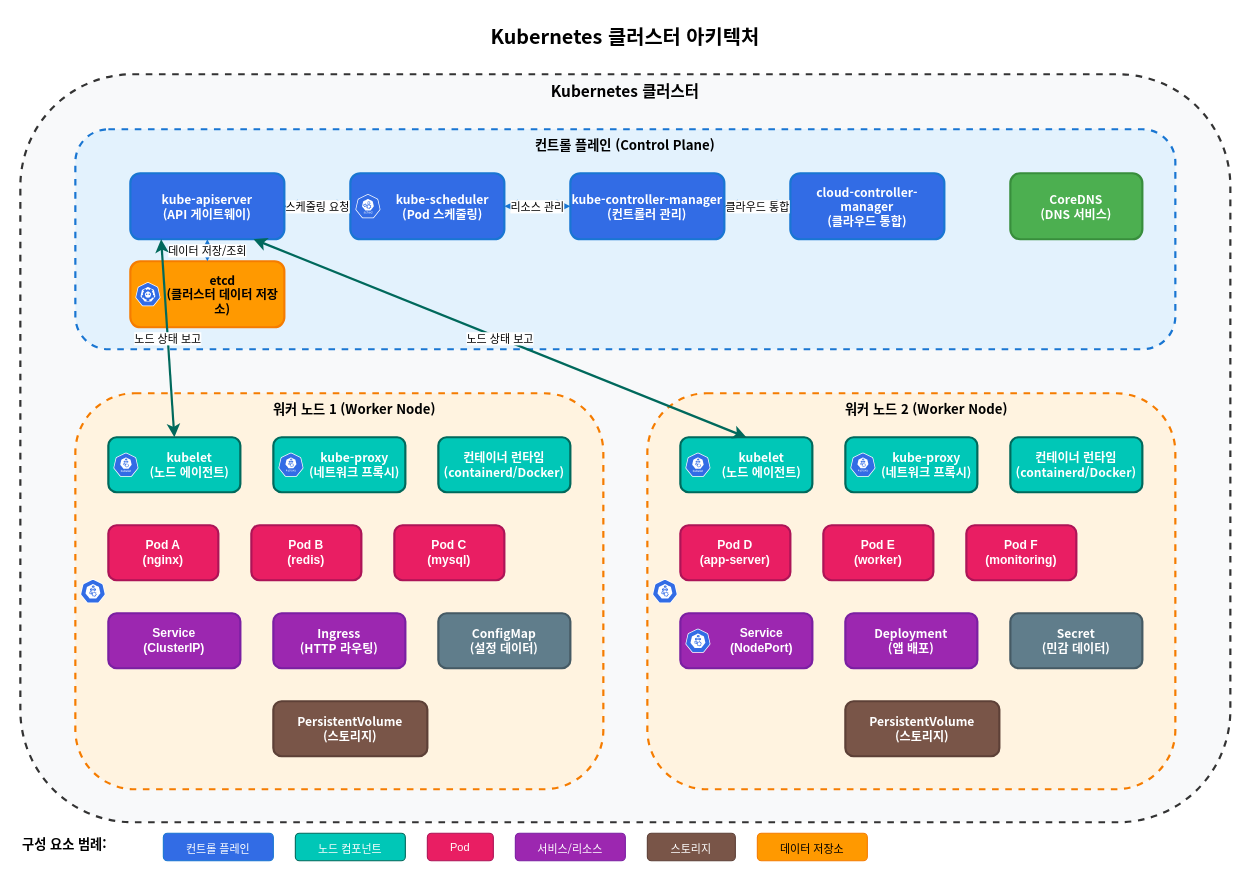
Above: assets/generated-diagrams/cluster_architecture_diagram.drawio in Atom-oh/kubernetes-docs (draw.io), before the change. Source tidied: cells renumbered, new cells numbered last; positions are measured from the earlier drawing's top-left corner, leaving out a move shared by most shapes. Both pictures are drawn from the tidied source at 110%, with x=0, y=0 at pixel (20, 19).
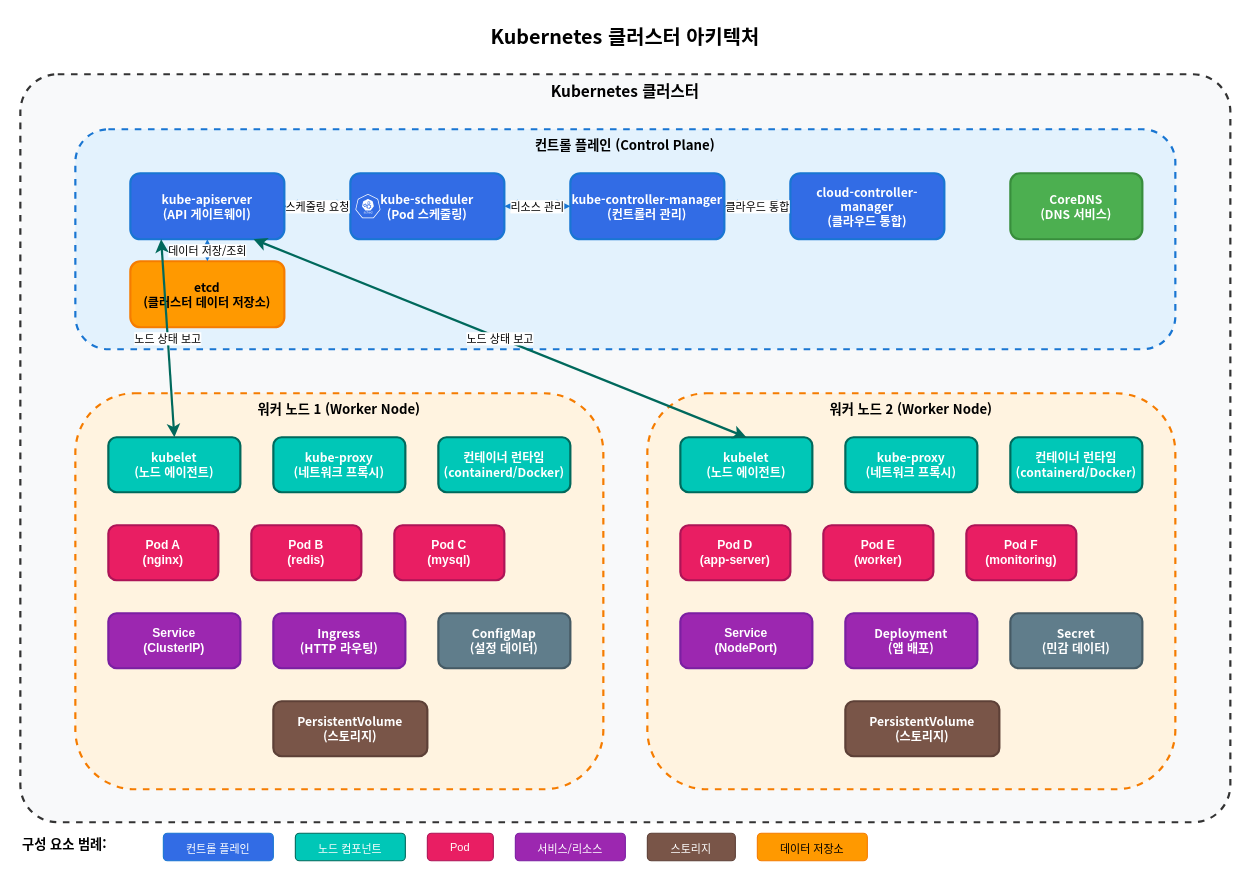
The same diagram, later.

The edit, as a diff of the source:
```diff
@@
-    <mxCell id="3" value="Kubernetes 클러스터" style="rounded=1;whiteSpace=wrap;html=1;fillColor=#f8f9fa;strokeColor=#333333;verticalAlign=top;dashed=1;strokeWidth=2;fontStyle=1;fontSize=14;fontFamily=Noto Sans CJK KR;" parent="1" vertex="1">
+    <mxCell id="3" value="Kubernetes 클러스터" style="rounded=1;whiteSpace=wrap;html=1;fillColor=#f8f9fa;strokeColor=#333333;verticalAlign=top;dashed=1;strokeWidth=2;fontStyle=1;fontSize=14;fontFamily=Noto Sans CJK KR;arcSize=5;" parent="1" vertex="1">
       <mxGeometry y="50" width="1100" height="680" as="geometry" />
     </mxCell>
@@
-    <mxCell id="6" value="etcd&#10;(클러스터 데이터 저장소)" style="rounded=1;whiteSpace=wrap;html=1;fillColor=#FF9900;strokeColor=#f57c00;strokeWidth=2;fontColor=black;fontSize=11;fontStyle=1;fontFamily=Noto Sans CJK KR;spacingLeft=28;" parent="1" vertex="1">
+    <mxCell id="6" value="etcd&#10;(클러스터 데이터 저장소)" style="rounded=1;whiteSpace=wrap;html=1;fillColor=#FF9900;strokeColor=#f57c00;strokeWidth=2;fontColor=black;fontSize=11;fontStyle=1;fontFamily=Noto Sans CJK KR;" parent="1" vertex="1">
       <mxGeometry x="100" y="220" width="140" height="60" as="geometry" />
     </mxCell>
-    <mxCell id="7" value="kube-scheduler&#10;(Pod 스케줄링)" style="rounded=1;whiteSpace=wrap;html=1;fillColor=#326CE5;strokeColor=#1976d2;strokeWidth=2;fontColor=white;fontSize=11;fontStyle=1;fontFamily=Noto Sans CJK KR;spacingLeft=28;" parent="1" vertex="1">
+    <mxCell id="7" value="kube-scheduler&#10;(Pod 스케줄링)" style="rounded=1;whiteSpace=wrap;html=1;fillColor=#326CE5;strokeColor=#1976d2;strokeWidth=2;fontColor=white;fontSize=11;fontStyle=1;fontFamily=Noto Sans CJK KR;" parent="1" vertex="1">
       <mxGeometry x="300" y="140" width="140" height="60" as="geometry" />
     </mxCell>
@@
-    <mxCell id="11" value="워커 노드 1 (Worker Node)" style="rounded=1;whiteSpace=wrap;html=1;fillColor=#fff3e0;strokeColor=#f57c00;verticalAlign=top;dashed=1;strokeWidth=2;fontStyle=1;fontSize=12;fontFamily=Noto Sans CJK KR;spacingLeft=28;" parent="1" vertex="1">
+    <mxCell id="11" value="워커 노드 1 (Worker Node)" style="rounded=1;whiteSpace=wrap;html=1;fillColor=#fff3e0;strokeColor=#f57c00;verticalAlign=top;dashed=1;strokeWidth=2;fontStyle=1;fontSize=12;fontFamily=Noto Sans CJK KR;" parent="1" vertex="1">
       <mxGeometry x="50" y="340" width="480" height="360" as="geometry" />
     </mxCell>
-    <mxCell id="12" value="kubelet&#10;(노드 에이전트)" style="rounded=1;whiteSpace=wrap;html=1;fillColor=#00C7B7;strokeColor=#00695c;strokeWidth=2;fontColor=white;fontSize=11;fontStyle=1;fontFamily=Noto Sans CJK KR;spacingLeft=28;" parent="1" vertex="1">
+    <mxCell id="12" value="kubelet&#10;(노드 에이전트)" style="rounded=1;whiteSpace=wrap;html=1;fillColor=#00C7B7;strokeColor=#00695c;strokeWidth=2;fontColor=white;fontSize=11;fontStyle=1;fontFamily=Noto Sans CJK KR;" parent="1" vertex="1">
       <mxGeometry x="80" y="380" width="120" height="50" as="geometry" />
     </mxCell>
-    <mxCell id="13" value="kube-proxy&#10;(네트워크 프록시)" style="rounded=1;whiteSpace=wrap;html=1;fillColor=#00C7B7;strokeColor=#00695c;strokeWidth=2;fontColor=white;fontSize=11;fontStyle=1;fontFamily=Noto Sans CJK KR;spacingLeft=28;" parent="1" vertex="1">
+    <mxCell id="13" value="kube-proxy&#10;(네트워크 프록시)" style="rounded=1;whiteSpace=wrap;html=1;fillColor=#00C7B7;strokeColor=#00695c;strokeWidth=2;fontColor=white;fontSize=11;fontStyle=1;fontFamily=Noto Sans CJK KR;" parent="1" vertex="1">
       <mxGeometry x="230" y="380" width="120" height="50" as="geometry" />
     </mxCell>
@@
-    <mxCell id="22" value="워커 노드 2 (Worker Node)" style="rounded=1;whiteSpace=wrap;html=1;fillColor=#fff3e0;strokeColor=#f57c00;verticalAlign=top;dashed=1;strokeWidth=2;fontStyle=1;fontSize=12;fontFamily=Noto Sans CJK KR;spacingLeft=28;" parent="1" vertex="1">
+    <mxCell id="22" value="워커 노드 2 (Worker Node)" style="rounded=1;whiteSpace=wrap;html=1;fillColor=#fff3e0;strokeColor=#f57c00;verticalAlign=top;dashed=1;strokeWidth=2;fontStyle=1;fontSize=12;fontFamily=Noto Sans CJK KR;" parent="1" vertex="1">
       <mxGeometry x="570" y="340" width="480" height="360" as="geometry" />
     </mxCell>
-    <mxCell id="23" value="kubelet&#10;(노드 에이전트)" style="rounded=1;whiteSpace=wrap;html=1;fillColor=#00C7B7;strokeColor=#00695c;strokeWidth=2;fontColor=white;fontSize=11;fontStyle=1;fontFamily=Noto Sans CJK KR;spacingLeft=28;" parent="1" vertex="1">
+    <mxCell id="23" value="kubelet&#10;(노드 에이전트)" style="rounded=1;whiteSpace=wrap;html=1;fillColor=#00C7B7;strokeColor=#00695c;strokeWidth=2;fontColor=white;fontSize=11;fontStyle=1;fontFamily=Noto Sans CJK KR;" parent="1" vertex="1">
       <mxGeometry x="600" y="380" width="120" height="50" as="geometry" />
     </mxCell>
-    <mxCell id="24" value="kube-proxy&#10;(네트워크 프록시)" style="rounded=1;whiteSpace=wrap;html=1;fillColor=#00C7B7;strokeColor=#00695c;strokeWidth=2;fontColor=white;fontSize=11;fontStyle=1;fontFamily=Noto Sans CJK KR;spacingLeft=28;" parent="1" vertex="1">
+    <mxCell id="24" value="kube-proxy&#10;(네트워크 프록시)" style="rounded=1;whiteSpace=wrap;html=1;fillColor=#00C7B7;strokeColor=#00695c;strokeWidth=2;fontColor=white;fontSize=11;fontStyle=1;fontFamily=Noto Sans CJK KR;" parent="1" vertex="1">
       <mxGeometry x="750" y="380" width="120" height="50" as="geometry" />
     </mxCell>
@@
-    <mxCell id="29" value="Service&#10;(NodePort)" style="rounded=1;whiteSpace=wrap;html=1;fillColor=#9C27B0;strokeColor=#7b1fa2;strokeWidth=2;fontColor=white;fontSize=11;fontStyle=1;spacingLeft=28;" parent="1" vertex="1">
+    <mxCell id="29" value="Service&#10;(NodePort)" style="rounded=1;whiteSpace=wrap;html=1;fillColor=#9C27B0;strokeColor=#7b1fa2;strokeWidth=2;fontColor=white;fontSize=11;fontStyle=1;" parent="1" vertex="1">
       <mxGeometry x="600" y="540" width="120" height="50" as="geometry" />
     </mxCell>
@@
-    <mxCell id="46" style="sketch=0;fontColor=#232F3E;gradientColor=none;fillColor=#326CE5;strokeColor=none;dashed=0;verticalLabelPosition=middle;verticalAlign=middle;align=left;html=1;fontSize=0;fontStyle=0;shape=mxgraph.kubernetes.icon;prIcon=etcd;" parent="1" vertex="1">
-      <mxGeometry x="104" y="239" width="24" height="22" as="geometry" />
-    </mxCell>
@@
-    <mxCell id="48" style="sketch=0;fontColor=#232F3E;gradientColor=none;fillColor=#326CE5;strokeColor=none;dashed=0;verticalLabelPosition=middle;verticalAlign=middle;align=left;html=1;fontSize=0;fontStyle=0;shape=mxgraph.kubernetes.icon;prIcon=node;" parent="1" vertex="1">
-      <mxGeometry x="54" y="509" width="24" height="22" as="geometry" />
-    </mxCell>
-    <mxCell id="49" style="sketch=0;fontColor=#232F3E;gradientColor=none;fillColor=#326CE5;strokeColor=none;dashed=0;verticalLabelPosition=middle;verticalAlign=middle;align=left;html=1;fontSize=0;fontStyle=0;shape=mxgraph.kubernetes.icon;prIcon=kubelet;" parent="1" vertex="1">
-      <mxGeometry x="84" y="394" width="24" height="22" as="geometry" />
-    </mxCell>
-    <mxCell id="50" style="sketch=0;fontColor=#232F3E;gradientColor=none;fillColor=#326CE5;strokeColor=none;dashed=0;verticalLabelPosition=middle;verticalAlign=middle;align=left;html=1;fontSize=0;fontStyle=0;shape=mxgraph.kubernetes.icon;prIcon=k_proxy;" parent="1" vertex="1">
-      <mxGeometry x="234" y="394" width="24" height="22" as="geometry" />
-    </mxCell>
-    <mxCell id="51" style="sketch=0;fontColor=#232F3E;gradientColor=none;fillColor=#326CE5;strokeColor=none;dashed=0;verticalLabelPosition=middle;verticalAlign=middle;align=left;html=1;fontSize=0;fontStyle=0;shape=mxgraph.kubernetes.icon;prIcon=node;" parent="1" vertex="1">
-      <mxGeometry x="574" y="509" width="24" height="22" as="geometry" />
-    </mxCell>
-    <mxCell id="52" style="sketch=0;fontColor=#232F3E;gradientColor=none;fillColor=#326CE5;strokeColor=none;dashed=0;verticalLabelPosition=middle;verticalAlign=middle;align=left;html=1;fontSize=0;fontStyle=0;shape=mxgraph.kubernetes.icon;prIcon=kubelet;" parent="1" vertex="1">
-      <mxGeometry x="604" y="394" width="24" height="22" as="geometry" />
-    </mxCell>
-    <mxCell id="53" style="sketch=0;fontColor=#232F3E;gradientColor=none;fillColor=#326CE5;strokeColor=none;dashed=0;verticalLabelPosition=middle;verticalAlign=middle;align=left;html=1;fontSize=0;fontStyle=0;shape=mxgraph.kubernetes.icon;prIcon=k_proxy;" parent="1" vertex="1">
-      <mxGeometry x="754" y="394" width="24" height="22" as="geometry" />
-    </mxCell>
-    <mxCell id="54" style="sketch=0;fontColor=#232F3E;gradientColor=none;fillColor=#326CE5;strokeColor=none;dashed=0;verticalLabelPosition=middle;verticalAlign=middle;align=left;html=1;fontSize=0;fontStyle=0;shape=mxgraph.kubernetes.icon;prIcon=node;" parent="1" vertex="1">
-      <mxGeometry x="604" y="554" width="24" height="22" as="geometry" />
-    </mxCell>
```
